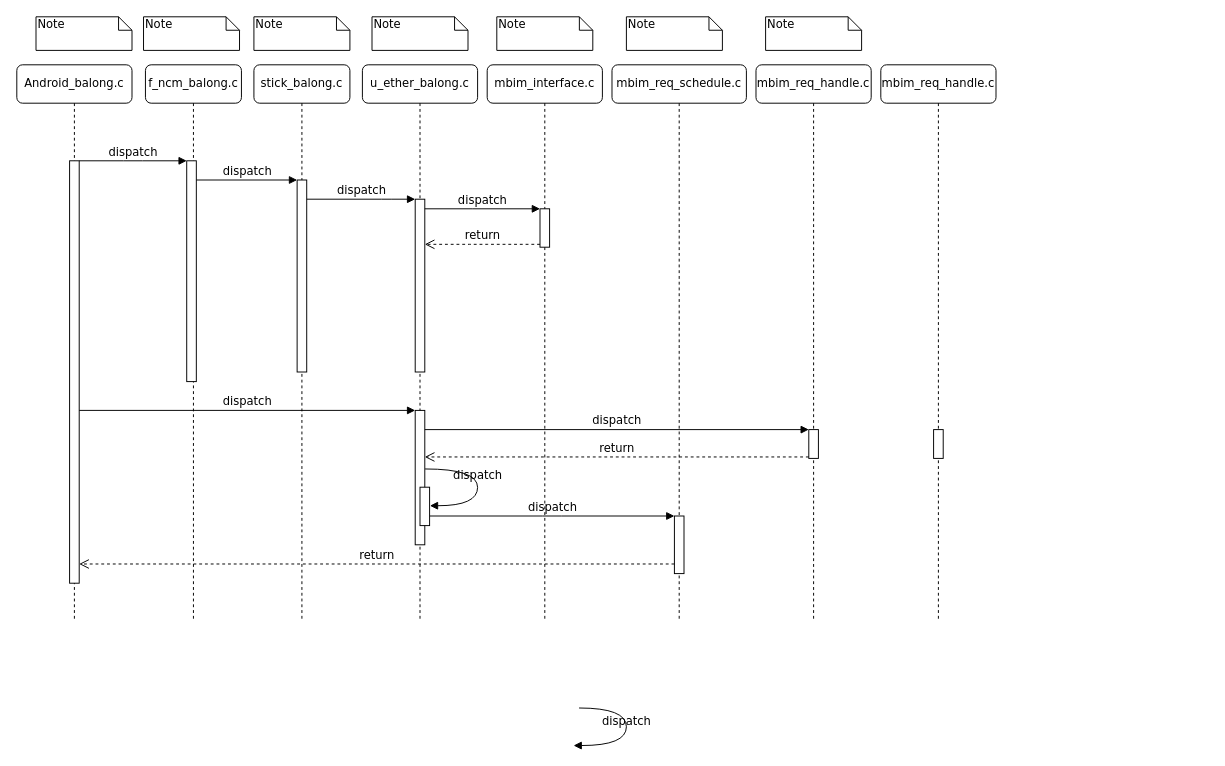
This is MBIM.drawio from liuhongkang/paper, a draw.io file, before an edit. Source tidied: cells renumbered, new cells numbered last; positions are measured from the earlier drawing's top-left corner, leaving out a move shared by most shapes. Both pictures are drawn from the tidied source at 96%, with x=0, y=0 at pixel (16, 16).
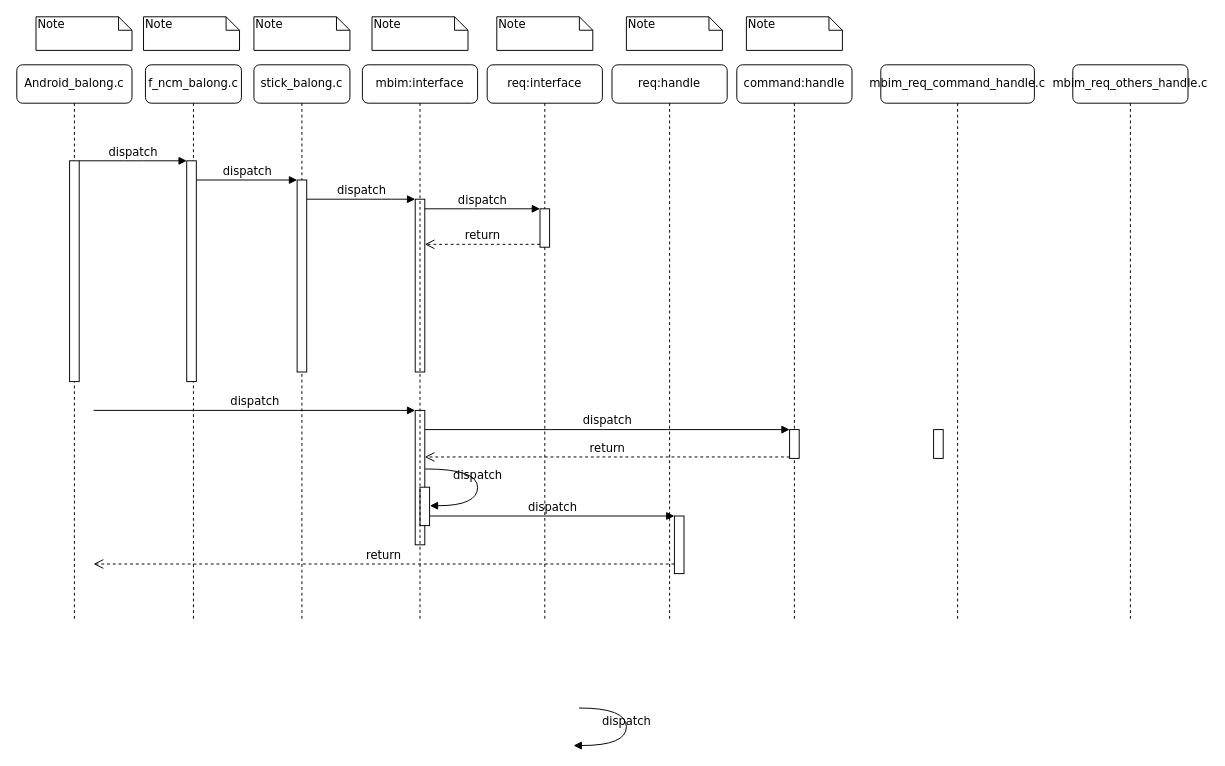
After the change.

The change refers to these unchanged cells:
```xml
<mxCell id="10" value="Android_balong.c" style="shape=umlLifeline;perimeter=lifelinePerimeter;whiteSpace=wrap;html=1;rounded=1;shadow=0;comic=0;labelBackgroundColor=none;strokeWidth=1;fontFamily=Verdana;fontSize=12;align=center;" parent="1" vertex="1">
  <mxGeometry y="50" width="120" height="580" as="geometry" />
</mxCell>
<mxCell id="17" style="html=1;points=[];perimeter=orthogonalPerimeter;rounded=0;shadow=0;comic=0;labelBackgroundColor=none;strokeWidth=1;fontFamily=Verdana;fontSize=12;align=center;" parent="1" vertex="1">
  <mxGeometry x="415" y="410" width="10" height="140" as="geometry" />
</mxCell>
<mxCell id="22" style="html=1;points=[];perimeter=orthogonalPerimeter;rounded=0;shadow=0;comic=0;labelBackgroundColor=none;strokeWidth=1;fontFamily=Verdana;fontSize=12;align=center;" parent="1" vertex="1">
  <mxGeometry x="685" y="520" width="10" height="60" as="geometry" />
</mxCell>
```

What changed in the source:
```diff
@@
-    <mxCell id="6" value="u_ether_balong.c" style="shape=umlLifeline;perimeter=lifelinePerimeter;whiteSpace=wrap;html=1;rounded=1;shadow=0;comic=0;labelBackgroundColor=none;strokeWidth=1;fontFamily=Verdana;fontSize=12;align=center;" parent="1" vertex="1">
-      <mxGeometry x="360" y="50" width="120" height="580" as="geometry" />
-    </mxCell>
-    <mxCell id="7" value="mbim_interface.c" style="shape=umlLifeline;perimeter=lifelinePerimeter;whiteSpace=wrap;html=1;rounded=1;shadow=0;comic=0;labelBackgroundColor=none;strokeWidth=1;fontFamily=Verdana;fontSize=12;align=center;" parent="1" vertex="1">
+    <mxCell id="7" value="req:interface" style="shape=umlLifeline;perimeter=lifelinePerimeter;whiteSpace=wrap;html=1;rounded=1;shadow=0;comic=0;labelBackgroundColor=none;strokeWidth=1;fontFamily=Verdana;fontSize=12;align=center;" parent="1" vertex="1">
       <mxGeometry x="490" y="50" width="120" height="580" as="geometry" />
     </mxCell>
-    <mxCell id="8" value="mbim_req_schedule.c" style="shape=umlLifeline;perimeter=lifelinePerimeter;whiteSpace=wrap;html=1;rounded=1;shadow=0;comic=0;labelBackgroundColor=none;strokeWidth=1;fontFamily=Verdana;fontSize=12;align=center;" parent="1" vertex="1">
-      <mxGeometry x="620" y="50" width="140" height="580" as="geometry" />
+    <mxCell id="8" value="req:handle" style="shape=umlLifeline;perimeter=lifelinePerimeter;whiteSpace=wrap;html=1;rounded=1;shadow=0;comic=0;labelBackgroundColor=none;strokeWidth=1;fontFamily=Verdana;fontSize=12;align=center;" parent="1" vertex="1">
+      <mxGeometry x="620" y="50" width="120" height="580" as="geometry" />
     </mxCell>
-    <mxCell id="9" value="mbim_req_handle.c" style="shape=umlLifeline;perimeter=lifelinePerimeter;whiteSpace=wrap;html=1;rounded=1;shadow=0;comic=0;labelBackgroundColor=none;strokeWidth=1;fontFamily=Verdana;fontSize=12;align=center;" parent="1" vertex="1">
-      <mxGeometry x="770" y="50" width="120" height="580" as="geometry" />
+    <mxCell id="9" value="command:handle" style="shape=umlLifeline;perimeter=lifelinePerimeter;whiteSpace=wrap;html=1;rounded=1;shadow=0;comic=0;labelBackgroundColor=none;strokeWidth=1;fontFamily=Verdana;fontSize=12;align=center;" parent="1" vertex="1">
+      <mxGeometry x="750" y="50" width="120" height="580" as="geometry" />
     </mxCell>
+    <mxCell id="19" style="html=1;points=[];perimeter=orthogonalPerimeter;rounded=0;shadow=0;comic=0;labelBackgroundColor=none;strokeColor=#000000;strokeWidth=1;fillColor=#FFFFFF;fontFamily=Verdana;fontSize=12;fontColor=#000000;align=center;" parent="9" vertex="1">
+      <mxGeometry x="55" y="380" width="10" height="30" as="geometry" />
+    </mxCell>
@@
     <mxCell id="11" style="html=1;points=[];perimeter=orthogonalPerimeter;rounded=0;shadow=0;comic=0;labelBackgroundColor=none;strokeWidth=1;fontFamily=Verdana;fontSize=12;align=center;" parent="10" vertex="1">
-      <mxGeometry x="55" y="100" width="10" height="440" as="geometry" />
+      <mxGeometry x="55" y="100" width="10" height="230" as="geometry" />
     </mxCell>
@@
-    <mxCell id="18" value="dispatch" style="html=1;verticalAlign=bottom;endArrow=block;entryX=0;entryY=0;labelBackgroundColor=none;fontFamily=Verdana;fontSize=12;" parent="1" edge="1" source="11" target="17">
-      <mxGeometry relative="1" as="geometry" />
+    <mxCell id="18" value="dispatch" style="html=1;verticalAlign=bottom;endArrow=block;entryX=0;entryY=0;labelBackgroundColor=none;fontFamily=Verdana;fontSize=12;" parent="1" edge="1" target="17">
+      <mxGeometry relative="1" as="geometry">
+        <mxPoint x="80" y="410" as="sourcePoint" />
+      </mxGeometry>
     </mxCell>
-    <mxCell id="19" style="html=1;points=[];perimeter=orthogonalPerimeter;rounded=0;shadow=0;comic=0;labelBackgroundColor=none;strokeColor=#000000;strokeWidth=1;fillColor=#FFFFFF;fontFamily=Verdana;fontSize=12;fontColor=#000000;align=center;" parent="1" vertex="1">
-      <mxGeometry x="825" y="430" width="10" height="30" as="geometry" />
-    </mxCell>
@@
-    <mxCell id="24" value="return" style="html=1;verticalAlign=bottom;endArrow=open;dashed=1;endSize=8;labelBackgroundColor=none;fontFamily=Verdana;fontSize=12;edgeStyle=elbowEdgeStyle;elbow=vertical;" parent="1" edge="1" source="22" target="11">
+    <mxCell id="24" value="return" style="html=1;verticalAlign=bottom;endArrow=open;dashed=1;endSize=8;labelBackgroundColor=none;fontFamily=Verdana;fontSize=12;edgeStyle=elbowEdgeStyle;elbow=vertical;" parent="1" edge="1" source="22">
       <mxGeometry relative="1" as="geometry">
+        <mxPoint x="80" y="570" as="targetPoint" />
         <Array as="points">
           <mxPoint x="490" y="570" />
         </Array>
       </mxGeometry>
     </mxCell>
@@
     <mxCell id="35" value="Note" style="shape=note;whiteSpace=wrap;html=1;size=14;verticalAlign=top;align=left;spacingTop=-6;rounded=0;shadow=0;comic=0;labelBackgroundColor=none;strokeWidth=1;fontFamily=Verdana;fontSize=12;" parent="1" vertex="1">
-      <mxGeometry x="780" width="100" height="35" as="geometry" />
+      <mxGeometry x="760" width="100" height="35" as="geometry" />
     </mxCell>
@@
-    <mxCell id="37" value="mbim_req_handle.c" style="shape=umlLifeline;perimeter=lifelinePerimeter;whiteSpace=wrap;html=1;rounded=1;shadow=0;comic=0;labelBackgroundColor=none;strokeWidth=1;fontFamily=Verdana;fontSize=12;align=center;" parent="1" vertex="1">
-      <mxGeometry x="900" y="50" width="120" height="580" as="geometry" />
+    <mxCell id="37" value="mbim_req_command_handle.c" style="shape=umlLifeline;perimeter=lifelinePerimeter;whiteSpace=wrap;html=1;rounded=1;shadow=0;comic=0;labelBackgroundColor=none;strokeWidth=1;fontFamily=Verdana;fontSize=12;align=center;" parent="1" vertex="1">
+      <mxGeometry x="900" y="50" width="160" height="580" as="geometry" />
     </mxCell>
@@
+    <mxCell id="39" value="mbim_req_others_handle.c" style="shape=umlLifeline;perimeter=lifelinePerimeter;whiteSpace=wrap;html=1;rounded=1;shadow=0;comic=0;labelBackgroundColor=none;strokeWidth=1;fontFamily=Verdana;fontSize=12;align=center;" parent="1" vertex="1">
+      <mxGeometry x="1100" y="50" width="120" height="580" as="geometry" />
+    </mxCell>
+    <mxCell id="40" value="mbim:interface" style="shape=umlLifeline;perimeter=lifelinePerimeter;whiteSpace=wrap;html=1;rounded=1;shadow=0;comic=0;labelBackgroundColor=none;strokeWidth=1;fontFamily=Verdana;fontSize=12;align=center;" parent="1" vertex="1">
+      <mxGeometry x="360" y="50" width="120" height="580" as="geometry" />
+    </mxCell>
```
